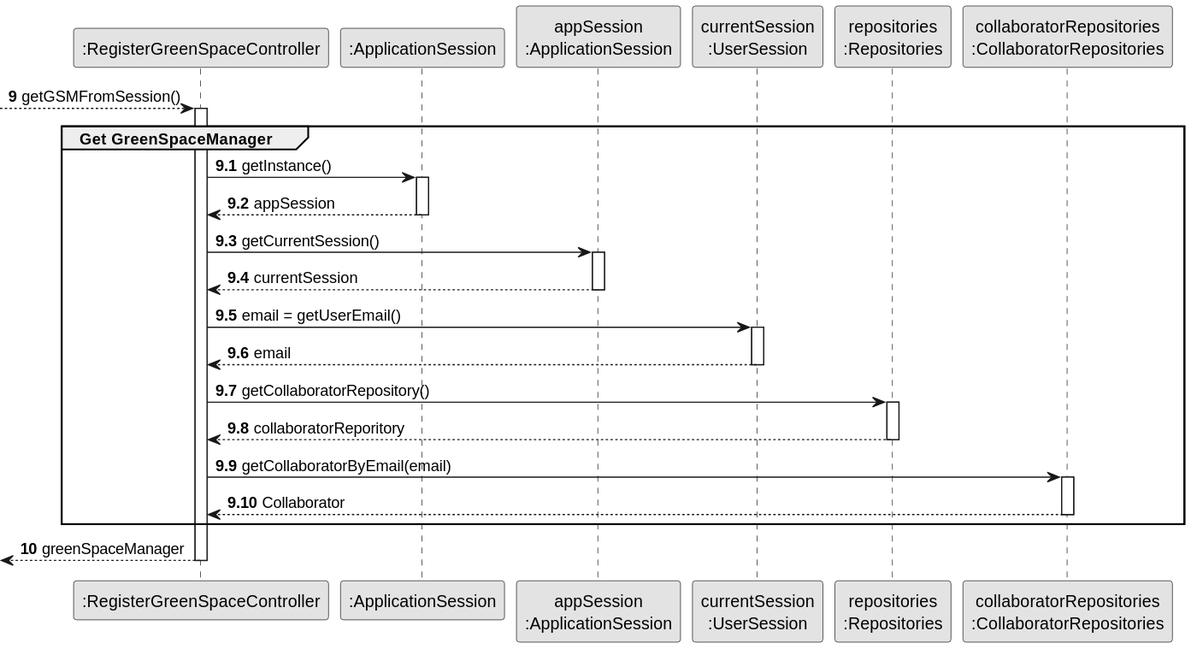
Above: docs/sprint3/us20/03.design/svg/us20-partial-sequence-diagram-get-GSM.svg in Departamento-de-Engenharia-Informatica/lei-24-s2-1db-g022 (PlantUML), before the change. Its diagram source:
```plantuml
@startuml
skinparam monochrome true
skinparam packageStyle rectangle
skinparam shadowing false
participant ":RegisterGreenSpaceController" as CTRL
participant ":ApplicationSession" as _APP
participant "appSession\n:ApplicationSession" as APP
participant "currentSession\n:UserSession" as SESSAO
participant "repositories\n:Repositories" as REPO
participant "collaboratorRepositories\n:CollaboratorRepositories" as COLREPO

autonumber 9

--> CTRL : getGSMFromSession()

autonumber 9.1

activate CTRL

group Get GreenSpaceManager


CTRL -> _APP : getInstance()

activate _APP

_APP --> CTRL : appSession

deactivate _APP

CTRL -> APP : getCurrentSession()

activate APP

APP --> CTRL : currentSession

deactivate APP

CTRL -> SESSAO : email = getUserEmail()

activate SESSAO

SESSAO --> CTRL : email

deactivate SESSAO

CTRL -> REPO : getCollaboratorRepository()

activate REPO

REPO --> CTRL : collaboratorReporitory

deactivate REPO

CTRL ->  COLREPO : getCollaboratorByEmail(email)

activate COLREPO

COLREPO --> CTRL : Collaborator

deactivate COLREPO

end
autonumber 10

<--CTRL : greenSpaceManager
deactivate CTRL
@enduml
```
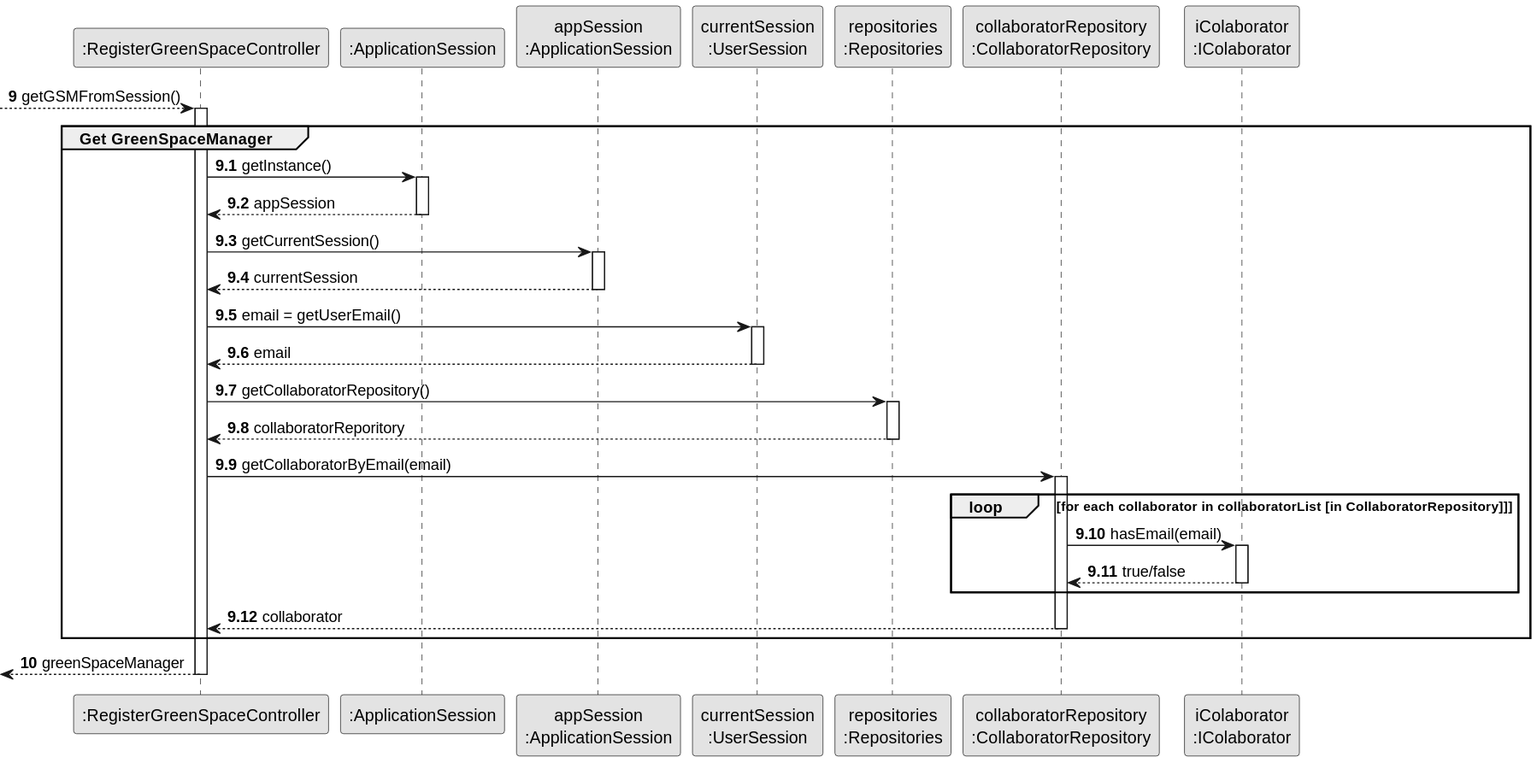
The same file after the commit.

The edit, as a diff of the source:
```diff
@@ -7,7 +7,8 @@
 participant "appSession\n:ApplicationSession" as APP
 participant "currentSession\n:UserSession" as SESSAO
 participant "repositories\n:Repositories" as REPO
-participant "collaboratorRepositories\n:CollaboratorRepositories" as COLREPO
+participant "collaboratorRepository\n:CollaboratorRepository" as COLREPO
+participant "iColaborator\n:IColaborator" as ICOL
 
 autonumber 9
 
@@ -56,7 +57,19 @@
 
 activate COLREPO
 
-COLREPO --> CTRL : Collaborator
+loop for each collaborator in collaboratorList [in CollaboratorRepository]]
+
+COLREPO -> ICOL : hasEmail(email)
+
+activate ICOL
+
+ICOL --> COLREPO : true/false
+
+deactivate ICOL
+
+end
+
+COLREPO --> CTRL : collaborator
 
 deactivate COLREPO
 
```
